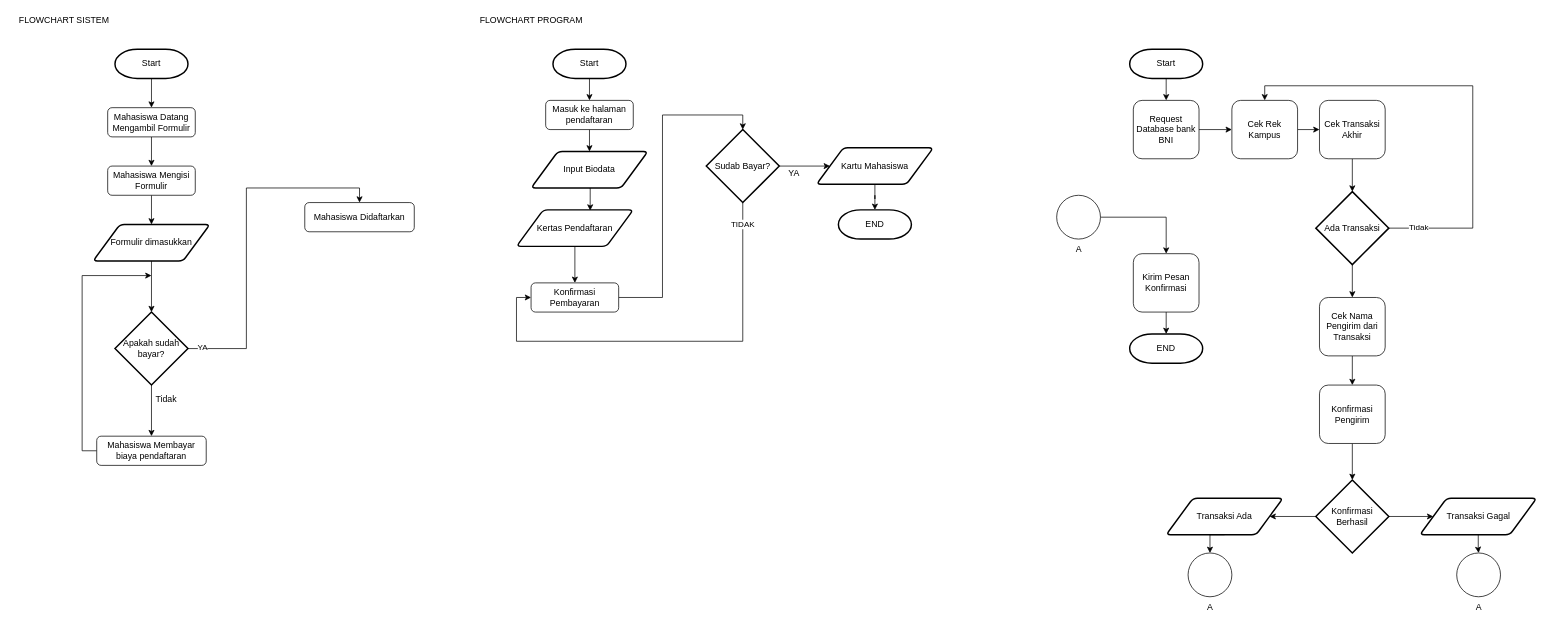
Before: Flowchart Diagram.drawio in fransalwan/git-test, a draw.io diagram. Source tidied: cells renumbered, new cells numbered last; positions are measured from the earlier drawing's top-left corner, leaving out a move shared by most shapes. Both pictures are drawn from the tidied source at 73%, with x=0, y=0 at pixel (12, 12).
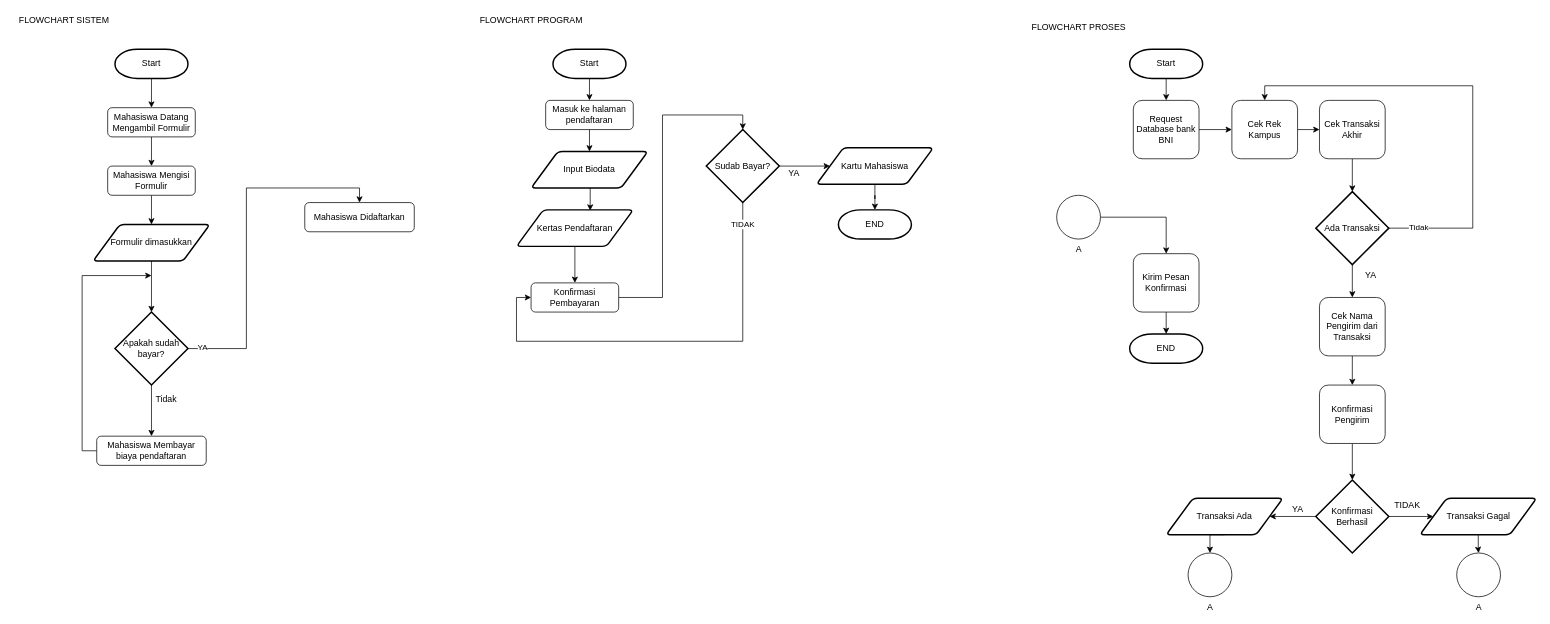
The same diagram, later.

Diff of the diagram source:
```diff
@@
+    <mxCell id="68" value="FLOWCHART PROSES" style="text;html=1;align=center;verticalAlign=middle;" parent="1" vertex="1">
+      <mxGeometry x="1390" y="10" width="140" height="20" as="geometry" />
+    </mxCell>
+    <mxCell id="69" value="YA" style="text;html=1;align=center;verticalAlign=middle;" parent="1" vertex="1">
+      <mxGeometry x="1845" y="350" width="30" height="20" as="geometry" />
+    </mxCell>
+    <mxCell id="70" value="TIDAK" style="text;html=1;align=center;verticalAlign=middle;" parent="1" vertex="1">
+      <mxGeometry x="1885" y="665" width="50" height="20" as="geometry" />
+    </mxCell>
+    <mxCell id="71" value="YA" style="text;html=1;align=center;verticalAlign=middle;" parent="1" vertex="1">
+      <mxGeometry x="1745" y="670" width="30" height="20" as="geometry" />
+    </mxCell>
```
